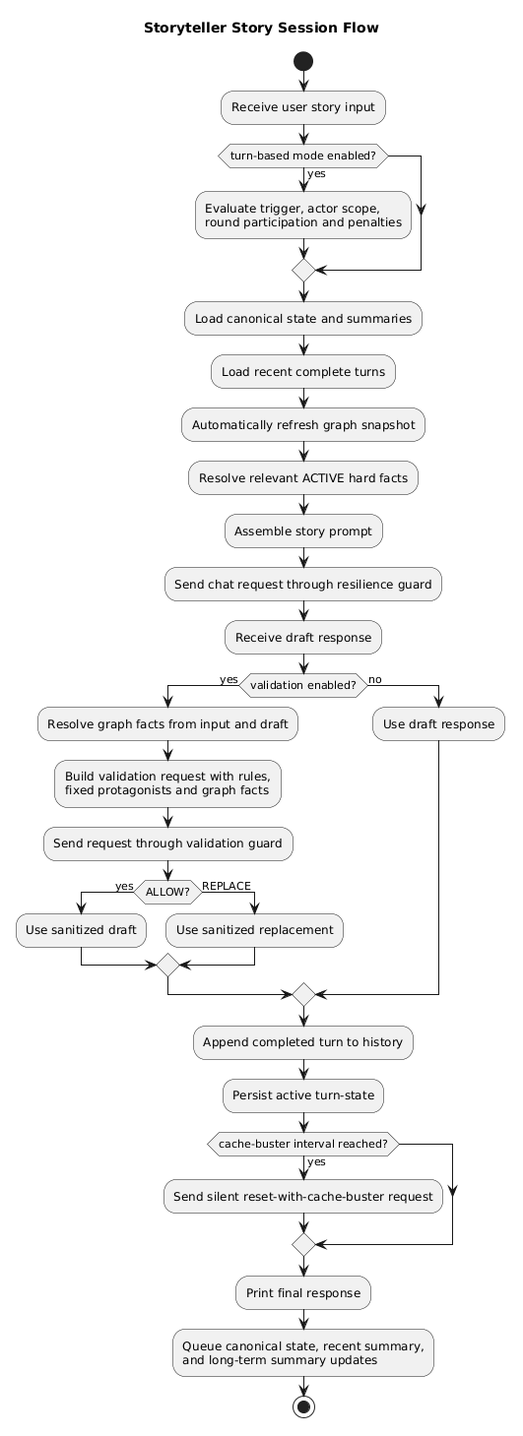
Earlier version of the PlantUML export docs/architecture/img/02-d-storytelller-flow-design-storysession.png (jbrugman/Assistant).
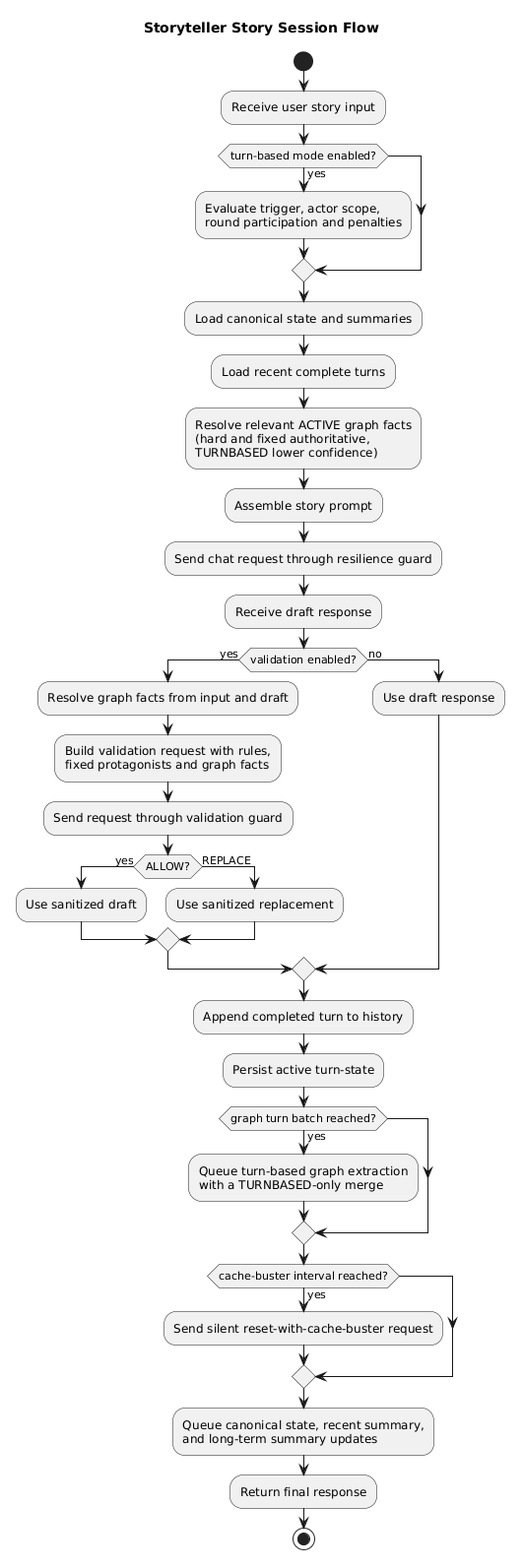
Above is the later version.

What changed in the source:
```diff
@@ -11,8 +11,9 @@
 
 :Load canonical state and summaries;
 :Load recent complete turns;
-:Automatically refresh graph snapshot;
-:Resolve relevant ACTIVE hard facts;
+:Resolve relevant ACTIVE graph facts
+(hard and fixed authoritative,
+TURNBASED lower confidence);
 :Assemble story prompt;
 :Send chat request through resilience guard;
 :Receive draft response;
@@ -33,11 +34,15 @@
 
 :Append completed turn to history;
 :Persist active turn-state;
+if (graph turn batch reached?) then (yes)
+  :Queue turn-based graph extraction
+  with a TURNBASED-only merge;
+endif
 if (cache-buster interval reached?) then (yes)
   :Send silent reset-with-cache-buster request;
 endif
-:Print final response;
 :Queue canonical state, recent summary,
 and long-term summary updates;
+:Return final response;
 stop
 @enduml
```
